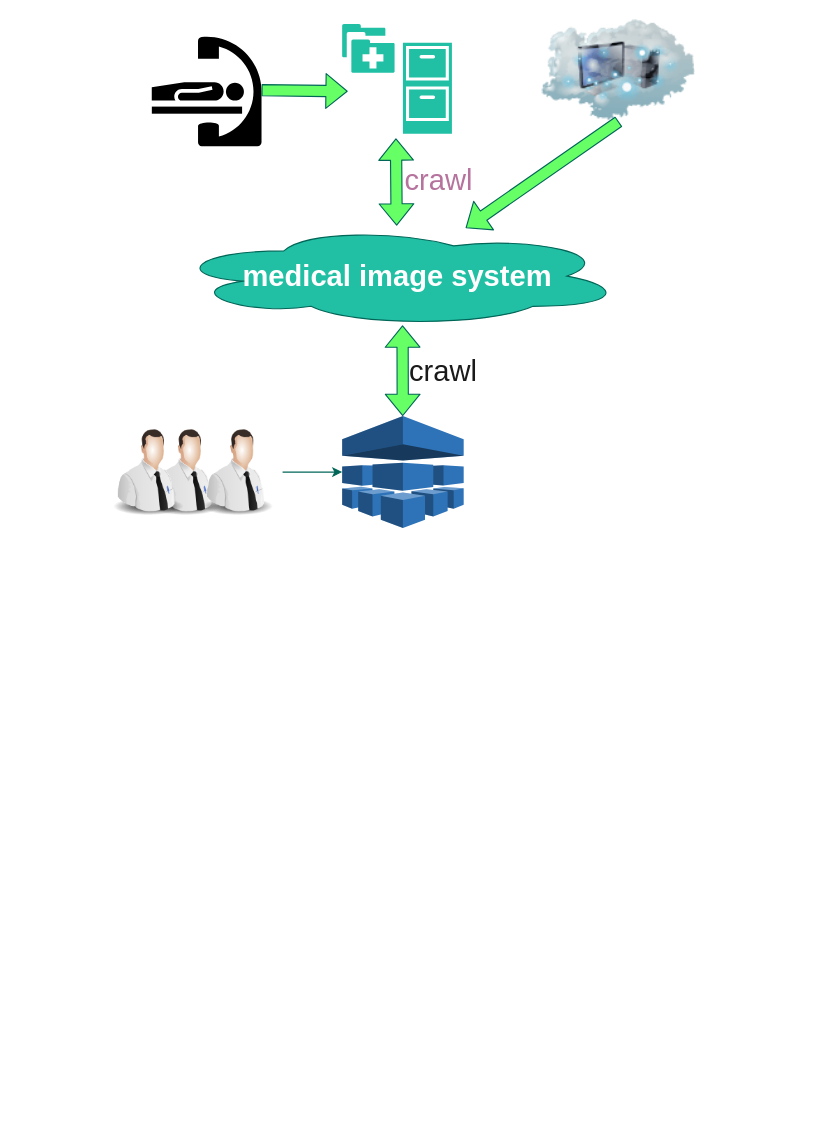
Thesoul20/daily-work keeps this draw.io diagram as crawl&medicalimage_review.drawio. Above is the earlier version. Source tidied: cells renumbered, new cells numbered last; positions are measured from the earlier drawing's top-left corner, leaving out a move shared by most shapes. Both pictures are drawn from the tidied source at 112%, with x=0, y=0 at pixel (103, 19).
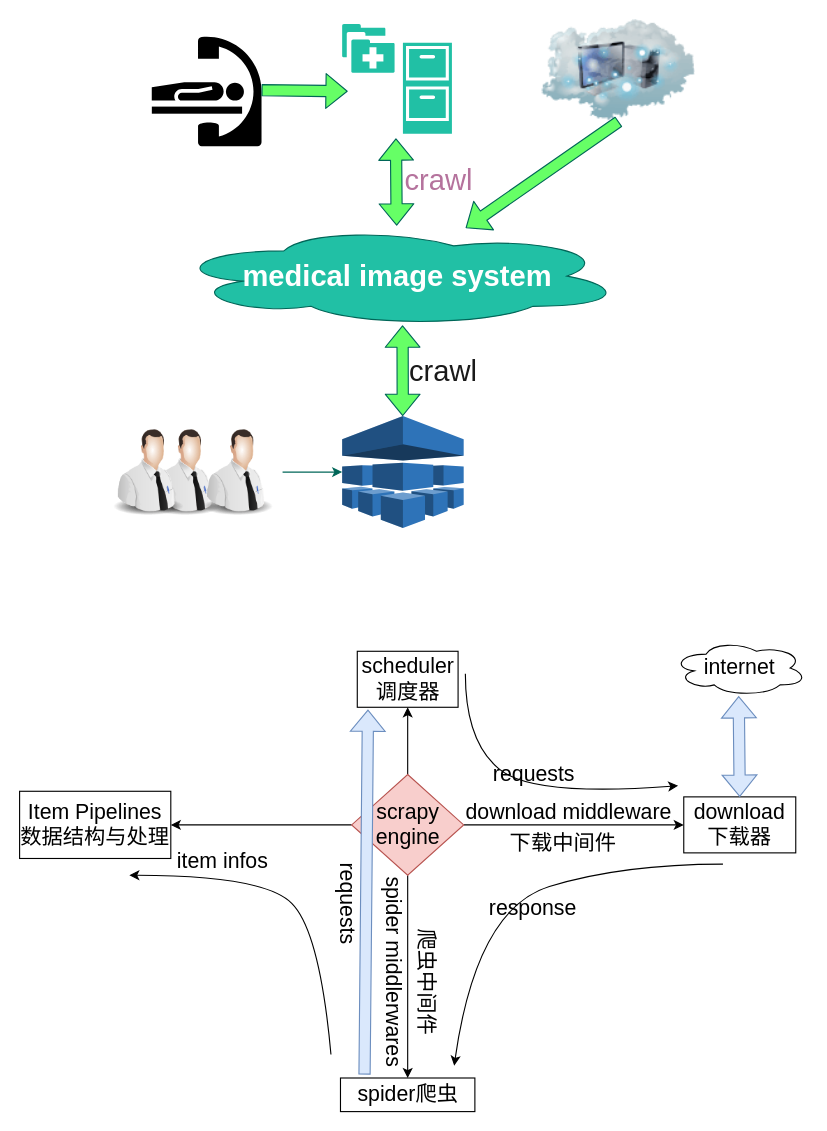
After the change.

The edit, as a diff of the source:
```diff
@@
+    <mxCell id="17" style="edgeStyle=orthogonalEdgeStyle;rounded=0;jettySize=auto;html=1;exitX=1;exitY=0.5;exitDx=0;exitDy=0;entryX=0;entryY=0.5;entryDx=0;entryDy=0;fontSize=19;" parent="1" edge="1" source="21" target="25">
+      <mxGeometry relative="1" as="geometry" />
+    </mxCell>
+    <mxCell id="18" style="edgeStyle=orthogonalEdgeStyle;rounded=0;jettySize=auto;html=1;fontSize=19;" parent="1" edge="1" source="21" target="22">
+      <mxGeometry relative="1" as="geometry" />
+    </mxCell>
+    <mxCell id="19" style="edgeStyle=orthogonalEdgeStyle;rounded=0;jettySize=auto;html=1;fontSize=19;" parent="1" edge="1" source="21" target="26">
+      <mxGeometry relative="1" as="geometry" />
+    </mxCell>
+    <mxCell id="20" style="edgeStyle=orthogonalEdgeStyle;rounded=0;jettySize=auto;html=1;fontSize=19;" parent="1" edge="1" source="21" target="23">
+      <mxGeometry relative="1" as="geometry" />
+    </mxCell>
+    <mxCell id="21" value="&lt;font style=&quot;font-size: 19px&quot;&gt;scrapy engine&lt;/font&gt;" style="rhombus;whiteSpace=wrap;html=1;fillColor=#f8cecc;strokeColor=#b85450;" parent="1" vertex="1">
+      <mxGeometry x="221.5" y="674" width="100" height="90" as="geometry" />
+    </mxCell>
+    <mxCell id="22" value="scheduler调度器" style="rounded=0;whiteSpace=wrap;html=1;fontSize=19;" parent="1" vertex="1">
+      <mxGeometry x="226.5" y="564" width="90" height="50" as="geometry" />
+    </mxCell>
+    <mxCell id="23" value="Item Pipelines数据结构与处理" style="rounded=0;whiteSpace=wrap;html=1;fontSize=19;" parent="1" vertex="1">
+      <mxGeometry x="-75" y="689" width="135" height="60" as="geometry" />
+    </mxCell>
+    <mxCell id="24" value="internet" style="ellipse;shape=cloud;whiteSpace=wrap;html=1;fontSize=19;" parent="1" vertex="1">
+      <mxGeometry x="508" y="554" width="120" height="50" as="geometry" />
+    </mxCell>
+    <mxCell id="25" value="download下载器" style="rounded=0;whiteSpace=wrap;html=1;fontSize=19;" parent="1" vertex="1">
+      <mxGeometry x="518" y="694" width="100" height="50" as="geometry" />
+    </mxCell>
+    <mxCell id="26" value="spider爬虫" style="rounded=0;whiteSpace=wrap;html=1;fontSize=19;" parent="1" vertex="1">
+      <mxGeometry x="211.5" y="945" width="120" height="30" as="geometry" />
+    </mxCell>
+    <mxCell id="27" style="shape=flexArrow;endArrow=classic;startArrow=classic;html=1;rounded=0;fontSize=19;entryX=0.492;entryY=1;entryDx=0;entryDy=0;entryPerimeter=0;exitX=0.5;exitY=0;exitDx=0;exitDy=0;fillColor=#dae8fc;strokeColor=#6c8ebf;" parent="1" edge="1" source="25" target="24">
+      <mxGeometry relative="1" as="geometry" />
+    </mxCell>
+    <mxCell id="28" value="download middleware" style="text;html=1;align=center;verticalAlign=middle;strokeColor=none;fillColor=none;fontSize=19;" parent="1" vertex="1">
+      <mxGeometry x="315" y="693" width="200" height="30" as="geometry" />
+    </mxCell>
+    <mxCell id="29" value="下载中间件" style="text;html=1;align=center;verticalAlign=middle;strokeColor=none;fillColor=none;fontSize=19;" parent="1" vertex="1">
+      <mxGeometry x="355" y="721" width="110" height="30" as="geometry" />
+    </mxCell>
+    <mxCell id="30" value="爬虫中间件" style="text;html=1;align=center;verticalAlign=middle;strokeColor=none;fillColor=none;fontSize=19;rotation=90;" parent="1" vertex="1">
+      <mxGeometry x="233" y="844" width="110" height="30" as="geometry" />
+    </mxCell>
+    <mxCell id="31" value="spider middlerwares" style="text;html=1;align=center;verticalAlign=middle;strokeColor=none;fillColor=none;fontSize=19;rotation=90;" parent="1" vertex="1">
+      <mxGeometry x="164" y="835" width="190" height="30" as="geometry" />
+    </mxCell>
+    <mxCell id="32" style="shape=flexArrow;endArrow=classic;html=1;rounded=0;fontSize=19;entryX=0.106;entryY=1.04;entryDx=0;entryDy=0;entryPerimeter=0;exitX=0.179;exitY=-0.1;exitDx=0;exitDy=0;exitPerimeter=0;fillColor=#dae8fc;strokeColor=#6c8ebf;" parent="1" edge="1" source="26" target="22">
+      <mxGeometry relative="1" as="geometry" />
+    </mxCell>
+    <mxCell id="33" value="requests" style="text;html=1;align=center;verticalAlign=middle;strokeColor=none;fillColor=none;fontSize=19;rotation=90;" parent="1" vertex="1">
+      <mxGeometry x="173" y="774" width="90" height="30" as="geometry" />
+    </mxCell>
+    <mxCell id="34" style="curved=1;endArrow=classic;html=1;rounded=0;fontSize=19;" parent="1" edge="1">
+      <mxGeometry relative="1" as="geometry">
+        <mxPoint x="323" y="584" as="sourcePoint" />
+        <mxPoint x="513" y="684" as="targetPoint" />
+        <Array as="points">
+          <mxPoint x="323" y="644" />
+          <mxPoint x="383" y="694" />
+        </Array>
+      </mxGeometry>
+    </mxCell>
+    <mxCell id="35" value="requests" style="text;html=1;align=center;verticalAlign=middle;strokeColor=none;fillColor=none;fontSize=19;" parent="1" vertex="1">
+      <mxGeometry x="339" y="659" width="90" height="30" as="geometry" />
+    </mxCell>
+    <mxCell id="36" style="curved=1;endArrow=classic;html=1;rounded=0;fontSize=19;" parent="1" edge="1">
+      <mxGeometry relative="1" as="geometry">
+        <mxPoint x="553" y="754" as="sourcePoint" />
+        <mxPoint x="313" y="934" as="targetPoint" />
+        <Array as="points">
+          <mxPoint x="463" y="754" />
+          <mxPoint x="333" y="794" />
+        </Array>
+      </mxGeometry>
+    </mxCell>
+    <mxCell id="37" value="response" style="text;html=1;align=center;verticalAlign=middle;strokeColor=none;fillColor=none;fontSize=19;" parent="1" vertex="1">
+      <mxGeometry x="338" y="779" width="90" height="30" as="geometry" />
+    </mxCell>
+    <mxCell id="38" style="curved=1;endArrow=classic;html=1;rounded=0;fontSize=19;" parent="1" edge="1">
+      <mxGeometry relative="1" as="geometry">
+        <mxPoint x="203" y="924" as="sourcePoint" />
+        <mxPoint x="23" y="764" as="targetPoint" />
+        <Array as="points">
+          <mxPoint x="193" y="814" />
+          <mxPoint x="143" y="764" />
+        </Array>
+      </mxGeometry>
+    </mxCell>
+    <mxCell id="39" value="item infos" style="edgeLabel;html=1;align=center;verticalAlign=middle;fontSize=19;" parent="38" vertex="1">
+      <mxGeometry x="0.46" y="6" relative="1" as="geometry">
+        <mxPoint x="1" y="-19" as="offset" />
+      </mxGeometry>
+    </mxCell>
```
